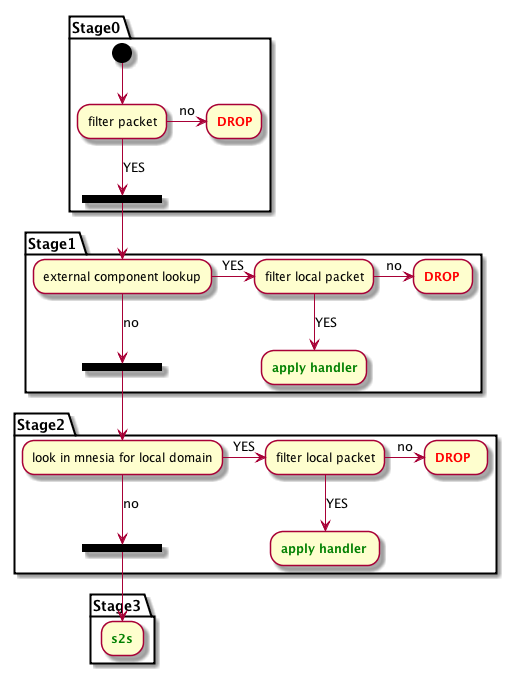
Above: doc/developers-guide/routing.png in esl/MongooseIM (PlantUML), before the change.
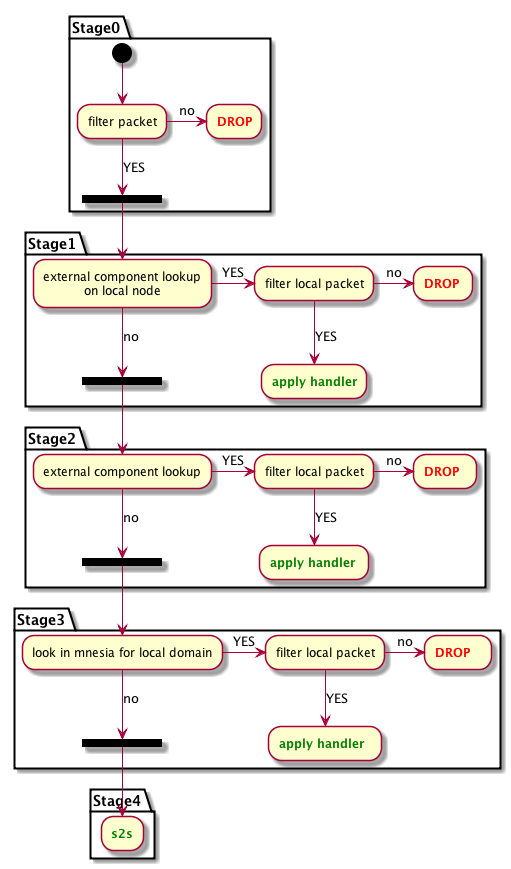
Above is the later version.

What changed in the source:
```diff
@@ -4,21 +4,31 @@
 "filter packet" -right-> [no] "<b><color:red>DROP</color></b>"
 "filter packet" -down-> [YES] ===S1===
 }
+
 partition Stage1 {
-===S1=== -down-> "external component lookup" as ext
-ext -right-> [YES] "filter local packet" as floc1
+===S1=== -down-> "external component lookup\non local node" as ext1
+ext1 -right-> [YES] "filter local packet" as floc1
 floc1 -right-> [no] "<b><color:red>DROP </color></b>"
 floc1 --> [YES] "<b><color:green>apply handler</color></b>"
-ext -down-> [no] ===S2===
+ext1 -down-> [no] ===S2===
 }
+
 partition Stage2 {
-===S2=== -down-> "look in mnesia for local domain" as mnesia
-mnesia -right-> [YES] "filter local packet" as floc2
+===S2=== -down-> "external component lookup" as ext2
+ext2 -right-> [YES] "filter local packet" as floc2
 floc2 -right-> [no] "<b><color:red>DROP  </color></b>"
 floc2 --> [YES] "<b><color:green>apply handler </color></b>"
-mnesia -down-> [no] ===S3===
+ext2 -down-> [no] ===S3===
 }
+
 partition Stage3 {
-===S3=== -down-> "<b><color:green>s2s</color></b>"
+===S3=== -down-> "look in mnesia for local domain" as mnesia
+mnesia -right-> [YES] "filter local packet" as floc3
+floc3 -right-> [no] "<b><color:red>DROP   </color></b>"
+floc3 --> [YES] "<b><color:green>apply handler  </color></b>"
+mnesia -down-> [no] ===S4===
+}
+partition Stage4 {
+===S4=== -down-> "<b><color:green>s2s</color></b>"
 }
 @enduml
```
